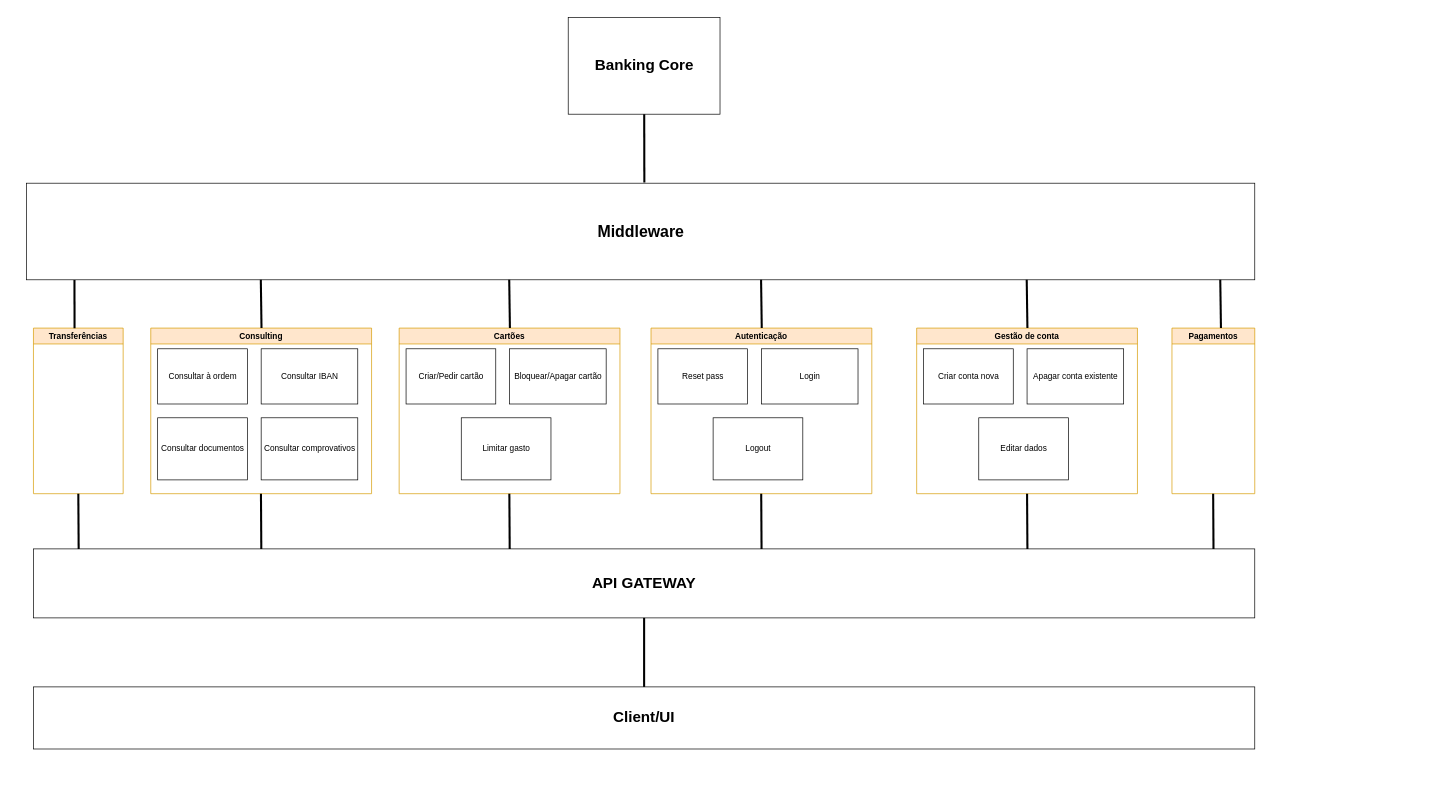
This is UML/services.drawio.xml from ITSector-Estagiarios/DevOps, a draw.io file, before an edit. Source tidied: cells renumbered, new cells numbered last; positions are measured from the earlier drawing's top-left corner, leaving out a move shared by most shapes. Both pictures are drawn from the tidied source at 69%, with x=0, y=0 at pixel (26, 17).
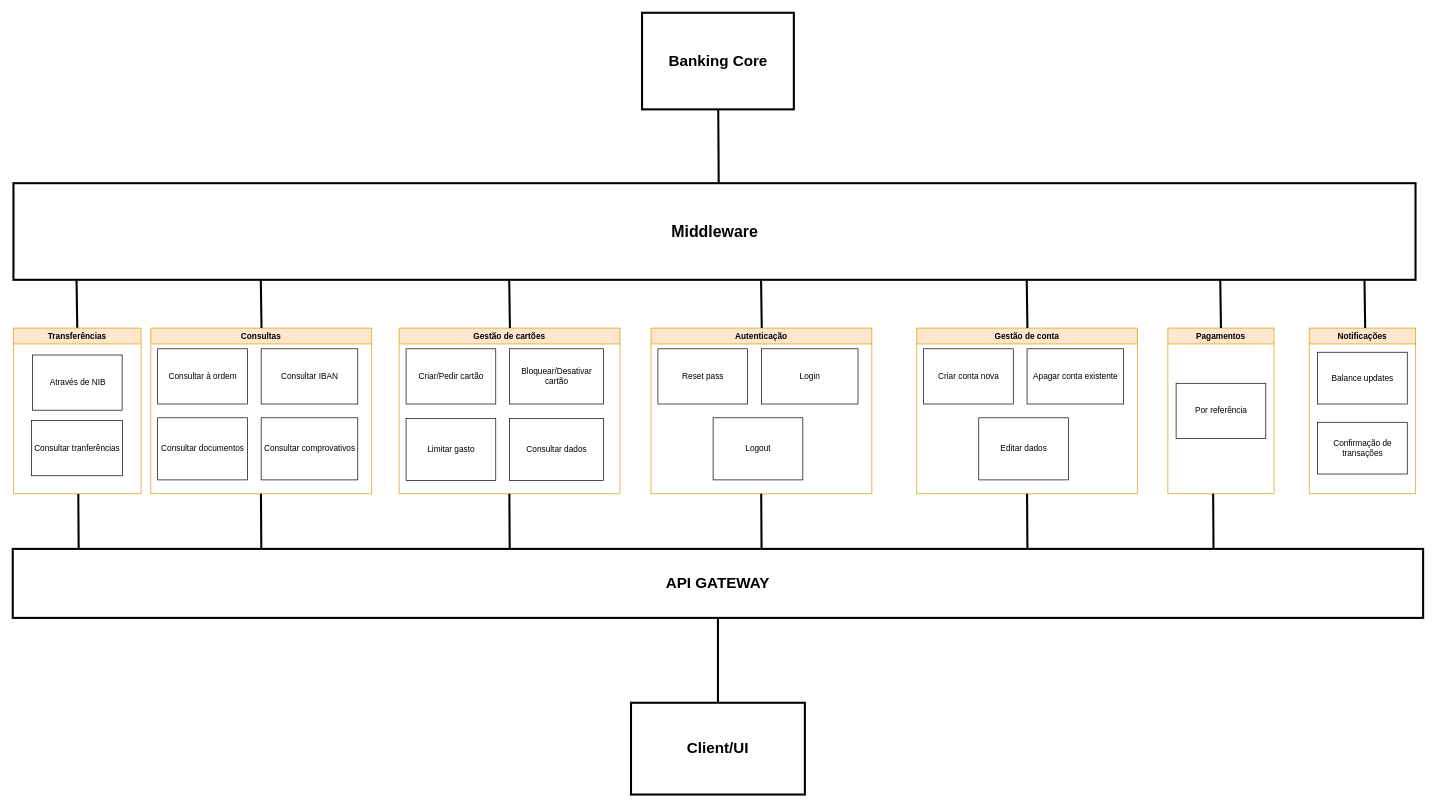
After the change.

What changed in the source:
```diff
@@
-    <mxCell id="2" value="Consulting" style="swimlane;whiteSpace=wrap;html=1;fillColor=#ffe6cc;strokeColor=#d79b00;" parent="1" vertex="1">
+    <mxCell id="2" value="Consultas" style="swimlane;whiteSpace=wrap;html=1;fillColor=#ffe6cc;strokeColor=#d79b00;startSize=23;" parent="1" vertex="1">
       <mxGeometry x="180" y="450" width="320" height="240" as="geometry" />
     </mxCell>
@@
-    <mxCell id="7" value="&lt;b&gt;&lt;font style=&quot;font-size: 22px;&quot;&gt;Banking Core&lt;/font&gt;&lt;/b&gt;" style="html=1;" parent="1" vertex="1">
-      <mxGeometry x="785" width="220" height="140" as="geometry" />
+    <mxCell id="7" value="&lt;b&gt;&lt;font style=&quot;font-size: 22px;&quot;&gt;Banking Core&lt;/font&gt;&lt;/b&gt;" style="html=1;strokeWidth=3;" parent="1" vertex="1">
+      <mxGeometry x="892" y="-7" width="220" height="140" as="geometry" />
     </mxCell>
-    <mxCell id="8" value="&lt;font style=&quot;font-size: 23px;&quot;&gt;&lt;b&gt;Middleware&lt;/b&gt;&lt;/font&gt;" style="html=1;" parent="1" vertex="1">
-      <mxGeometry y="240" width="1780" height="140" as="geometry" />
+    <mxCell id="8" value="&lt;font style=&quot;font-size: 23px;&quot;&gt;&lt;b&gt;Middleware&lt;/b&gt;&lt;/font&gt;" style="html=1;strokeWidth=3;" parent="1" vertex="1">
+      <mxGeometry x="-19" y="240" width="2032" height="140" as="geometry" />
     </mxCell>
-    <mxCell id="9" value="Cartões" style="swimlane;whiteSpace=wrap;html=1;fillColor=#ffe6cc;strokeColor=#d79b00;" parent="1" vertex="1">
+    <mxCell id="9" value="Gestão de cartões" style="swimlane;whiteSpace=wrap;html=1;fillColor=#ffe6cc;strokeColor=#d79b00;" parent="1" vertex="1">
       <mxGeometry x="540" y="450" width="320" height="240" as="geometry" />
     </mxCell>
@@
-    <mxCell id="11" value="Bloquear/Apagar cartão" style="html=1;" parent="9" vertex="1">
-      <mxGeometry x="160" y="30" width="140" height="80" as="geometry" />
+    <mxCell id="11" value="Bloquear/Desativar &lt;br&gt;cartão" style="html=1;" parent="9" vertex="1">
+      <mxGeometry x="160" y="30" width="136" height="80" as="geometry" />
     </mxCell>
     <mxCell id="12" value="Limitar gasto" style="html=1;" parent="9" vertex="1">
-      <mxGeometry x="90" y="130" width="130" height="90" as="geometry" />
+      <mxGeometry x="10" y="131" width="130" height="90" as="geometry" />
     </mxCell>
+    <mxCell id="39" value="Consultar dados" style="html=1;" parent="9" vertex="1">
+      <mxGeometry x="160" y="131" width="136" height="90" as="geometry" />
+    </mxCell>
@@
-    <mxCell id="21" value="Transferências" style="swimlane;whiteSpace=wrap;html=1;fillColor=#ffe6cc;strokeColor=#d79b00;" parent="1" vertex="1">
-      <mxGeometry x="10" y="450" width="130" height="240" as="geometry" />
-    </mxCell>
     <mxCell id="22" value="Pagamentos" style="swimlane;whiteSpace=wrap;html=1;fillColor=#ffe6cc;strokeColor=#d79b00;" parent="1" vertex="1">
-      <mxGeometry x="1660" y="450" width="120" height="240" as="geometry" />
+      <mxGeometry x="1654" y="450" width="154" height="240" as="geometry" />
     </mxCell>
+    <mxCell id="40" value="Por referência" style="html=1;" parent="22" vertex="1">
+      <mxGeometry x="12" y="80" width="130" height="80" as="geometry" />
+    </mxCell>
-    <mxCell id="23" value="&lt;font style=&quot;font-size: 22px;&quot;&gt;&lt;b&gt;API GATEWAY&lt;/b&gt;&lt;/font&gt;" style="rounded=0;whiteSpace=wrap;html=1;" parent="1" vertex="1">
-      <mxGeometry x="10" y="770" width="1770" height="100" as="geometry" />
+    <mxCell id="23" value="&lt;font style=&quot;font-size: 22px;&quot;&gt;&lt;b&gt;API GATEWAY&lt;/b&gt;&lt;/font&gt;" style="rounded=0;whiteSpace=wrap;html=1;strokeWidth=3;" parent="1" vertex="1">
+      <mxGeometry x="-20" y="770" width="2044" height="100" as="geometry" />
     </mxCell>
-    <mxCell id="24" value="&lt;span style=&quot;font-size: 22px;&quot;&gt;&lt;b&gt;Client/UI&lt;/b&gt;&lt;/span&gt;" style="rounded=0;whiteSpace=wrap;html=1;" parent="1" vertex="1">
-      <mxGeometry x="10" y="970" width="1770" height="90" as="geometry" />
+    <mxCell id="24" value="&lt;span style=&quot;font-size: 22px;&quot;&gt;&lt;b&gt;Client/UI&lt;/b&gt;&lt;/span&gt;" style="rounded=0;whiteSpace=wrap;html=1;strokeWidth=3;" parent="1" vertex="1">
+      <mxGeometry x="876" y="993" width="252" height="133" as="geometry" />
     </mxCell>
@@
-    <mxCell id="27" style="endArrow=none;html=1;rounded=0;fontSize=22;entryX=0.039;entryY=1.001;entryDx=0;entryDy=0;entryPerimeter=0;exitX=0.458;exitY=0.001;exitDx=0;exitDy=0;exitPerimeter=0;strokeWidth=3;" parent="1" edge="1" source="21" target="8">
+    <mxCell id="27" style="endArrow=none;html=1;rounded=0;fontSize=22;exitX=0.5;exitY=0;exitDx=0;exitDy=0;strokeWidth=3;entryX=0.045;entryY=1;entryDx=0;entryDy=0;entryPerimeter=0;" parent="1" edge="1" source="21" target="8">
       <mxGeometry relative="1" as="geometry" />
     </mxCell>
@@
-    <mxCell id="33" style="endArrow=none;html=1;rounded=0;fontSize=22;entryX=0.5;entryY=1;entryDx=0;entryDy=0;exitX=0.458;exitY=0.001;exitDx=0;exitDy=0;exitPerimeter=0;strokeWidth=3;" parent="1" edge="1" target="21">
+    <mxCell id="33" style="endArrow=none;html=1;rounded=0;fontSize=22;entryX=0.5;entryY=1;entryDx=0;entryDy=0;exitX=0.458;exitY=0.001;exitDx=0;exitDy=0;exitPerimeter=0;strokeWidth=3;" parent="1" edge="1">
       <mxGeometry relative="1" as="geometry">
         <mxPoint x="75.5" y="770" as="sourcePoint" />
+        <mxPoint x="75" y="690" as="targetPoint" />
       </mxGeometry>
     </mxCell>
@@
+    <mxCell id="21" value="Transferências" style="swimlane;whiteSpace=wrap;html=1;fillColor=#ffe6cc;strokeColor=#d79b00;" parent="1" vertex="1">
+      <mxGeometry x="-19" y="450" width="185" height="240" as="geometry" />
+    </mxCell>
+    <mxCell id="41" value="Através de NIB" style="html=1;" parent="21" vertex="1">
+      <mxGeometry x="27.5" y="39" width="130" height="80" as="geometry" />
+    </mxCell>
+    <mxCell id="42" value="Consultar tranferências" style="html=1;" parent="21" vertex="1">
+      <mxGeometry x="26" y="134" width="132" height="80" as="geometry" />
+    </mxCell>
+    <mxCell id="43" value="Notificações" style="swimlane;whiteSpace=wrap;html=1;fillColor=#ffe6cc;strokeColor=#d79b00;" parent="1" vertex="1">
+      <mxGeometry x="1859" y="450" width="154" height="240" as="geometry" />
+    </mxCell>
+    <mxCell id="44" value="Balance updates" style="html=1;" parent="43" vertex="1">
+      <mxGeometry x="12" y="35" width="130" height="75" as="geometry" />
+    </mxCell>
+    <mxCell id="45" value="Confirmação de &lt;br&gt;transações" style="html=1;" parent="43" vertex="1">
+      <mxGeometry x="12" y="136.5" width="130" height="75" as="geometry" />
+    </mxCell>
+    <mxCell id="46" style="endArrow=none;html=1;rounded=0;fontSize=22;entryX=0.039;entryY=1.001;entryDx=0;entryDy=0;entryPerimeter=0;exitX=0.458;exitY=0.001;exitDx=0;exitDy=0;exitPerimeter=0;strokeWidth=3;" parent="1" edge="1">
+      <mxGeometry relative="1" as="geometry">
+        <mxPoint x="1940" y="450" as="sourcePoint" />
+        <mxPoint x="1939" y="380" as="targetPoint" />
+      </mxGeometry>
+    </mxCell>
```
